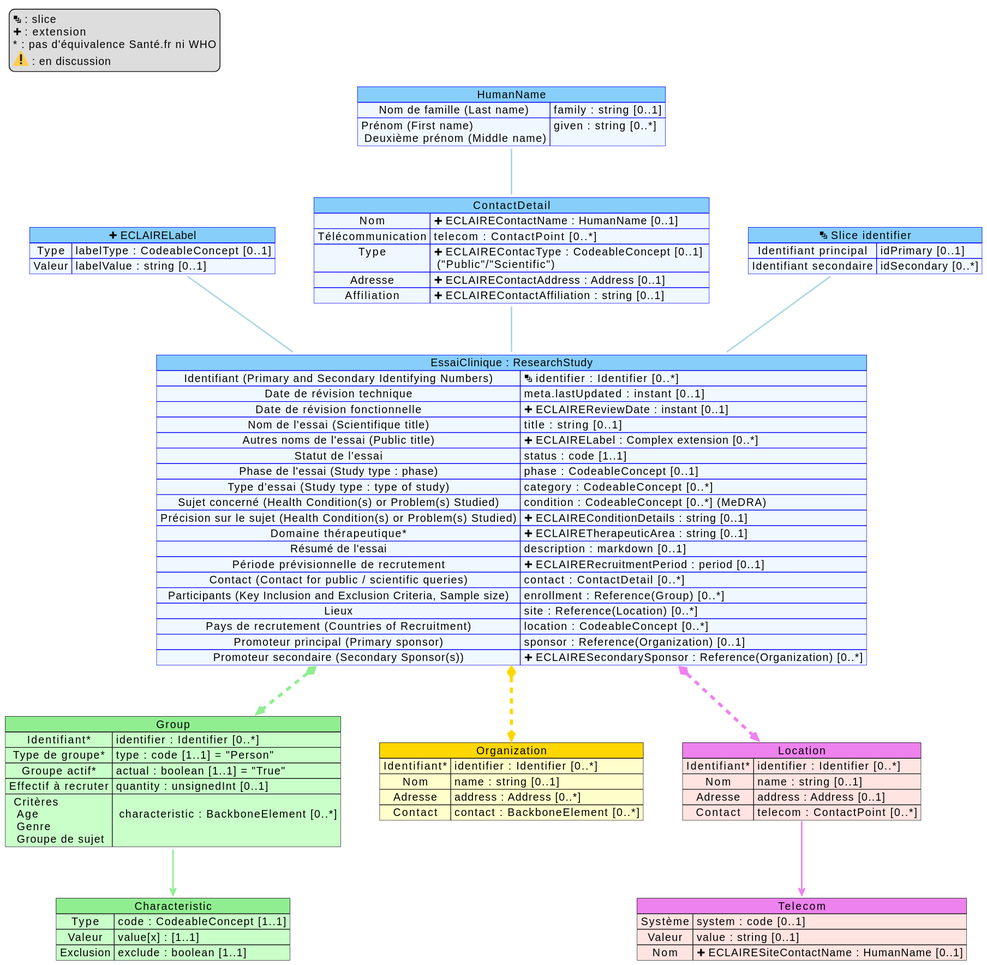
Above: input/images/mappingResearchStudy.svg in ansforge/essais-cliniques (PlantUML), before the change.
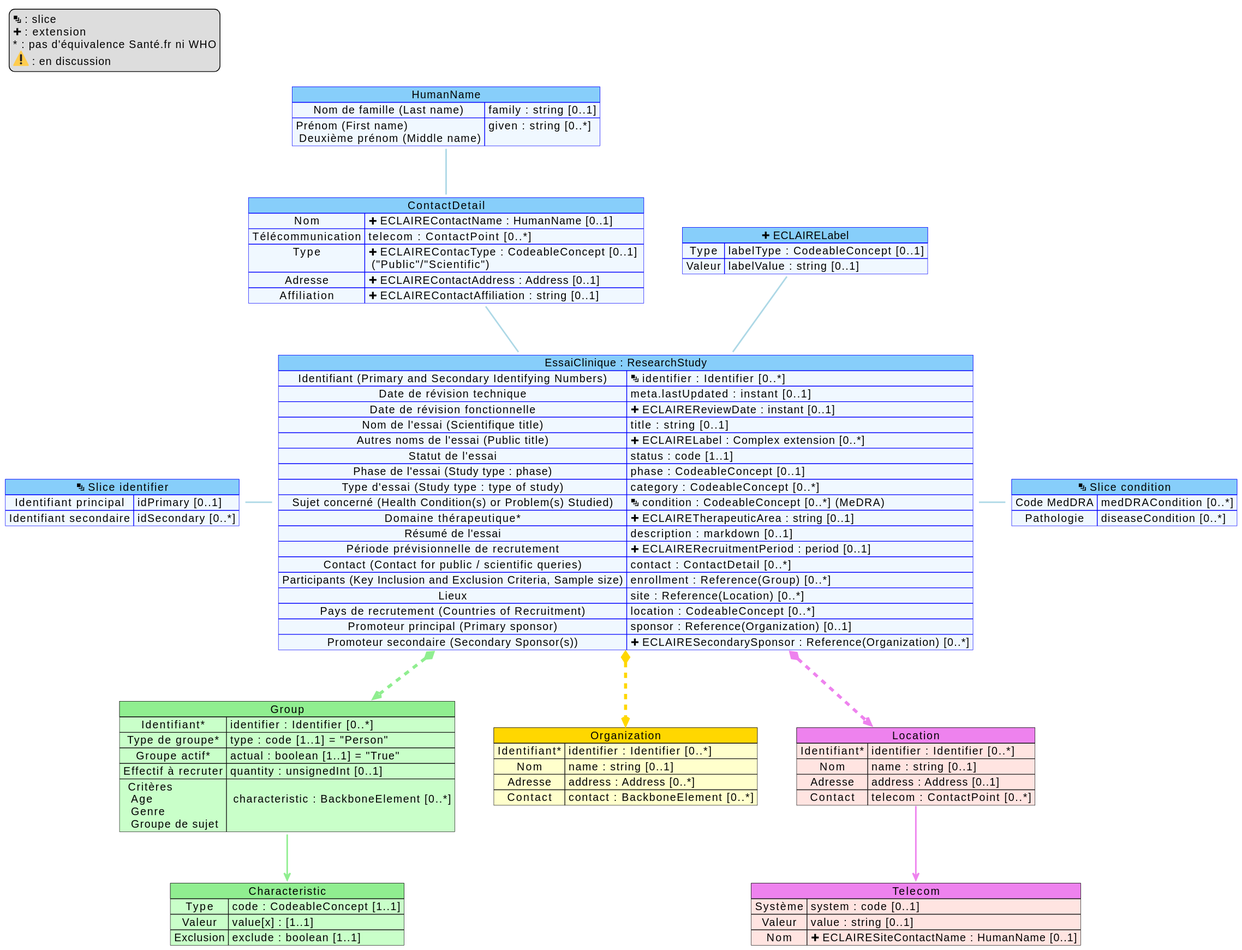
Later version of the same file.

Commit message:
Sd suppr extension eclaire condition details and new slice (#70)

What changed in the source:
```diff
@@ -16,6 +16,11 @@
 map "<&layers> Slice identifier" as slice_identifier #back:AliceBlue;header:LightSkyBlue;line:blue {
     Identifiant principal => idPrimary [0..1]
     Identifiant secondaire => idSecondary [0..*]
+}
+
+map "<&layers> Slice condition" as slice_condition #back:AliceBlue;header:LightSkyBlue;line:blue {
+    Code MedDRA => medDRACondition [0..*]
+    Pathologie => diseaseCondition [0..*]
 }
 
 map "<&plus> ECLAIRELabel" as label #back:AliceBlue;header:LightSkyBlue;line:blue {
@@ -66,8 +71,7 @@
     Statut de l'essai => status : code [1..1]
     Phase de l'essai (Study type : phase) => phase : CodeableConcept [0..1]
     Type d'essai (Study type : type of study) => category : CodeableConcept [0..*]
-    Sujet concerné (Health Condition(s) or Problem(s) Studied) => condition : CodeableConcept [0..*] (MeDRA)
-    Précision sur le sujet (Health Condition(s)  or  Problem(s) Studied) => <&plus> ECLAIREConditionDetails : string [0..1]
+    Sujet concerné (Health Condition(s) or Problem(s) Studied) => <&layers> condition : CodeableConcept [0..*] (MeDRA)
     Domaine thérapeutique* => <&plus> ECLAIRETherapeuticArea : string [0..1]
     Résumé de l'essai => description : markdown [0..1]
     Période prévisionnelle de recrutement => <&plus> ECLAIRERecruitmentPeriod : period [0..1]
@@ -84,11 +88,11 @@
 RS *-[#LightGreen,dashed,thickness=4]-> Group
 RS *-[#Gold,dashed,thickness=4]-> Organization
 
-slice_identifier --[#lightBlue,thickness=2] RS
+slice_identifier -[#lightBlue,thickness=2] RS
+RS -[#lightBlue,thickness=2] slice_condition
 Contact --[#lightBlue,thickness=2] RS
 label --[#lightBlue,thickness=2] RS
 slice_name --[#lightBlue,thickness=2] Contact
-Contact -[hidden] slice_identifier
 
 Group -[hidden] Organization
 
```
